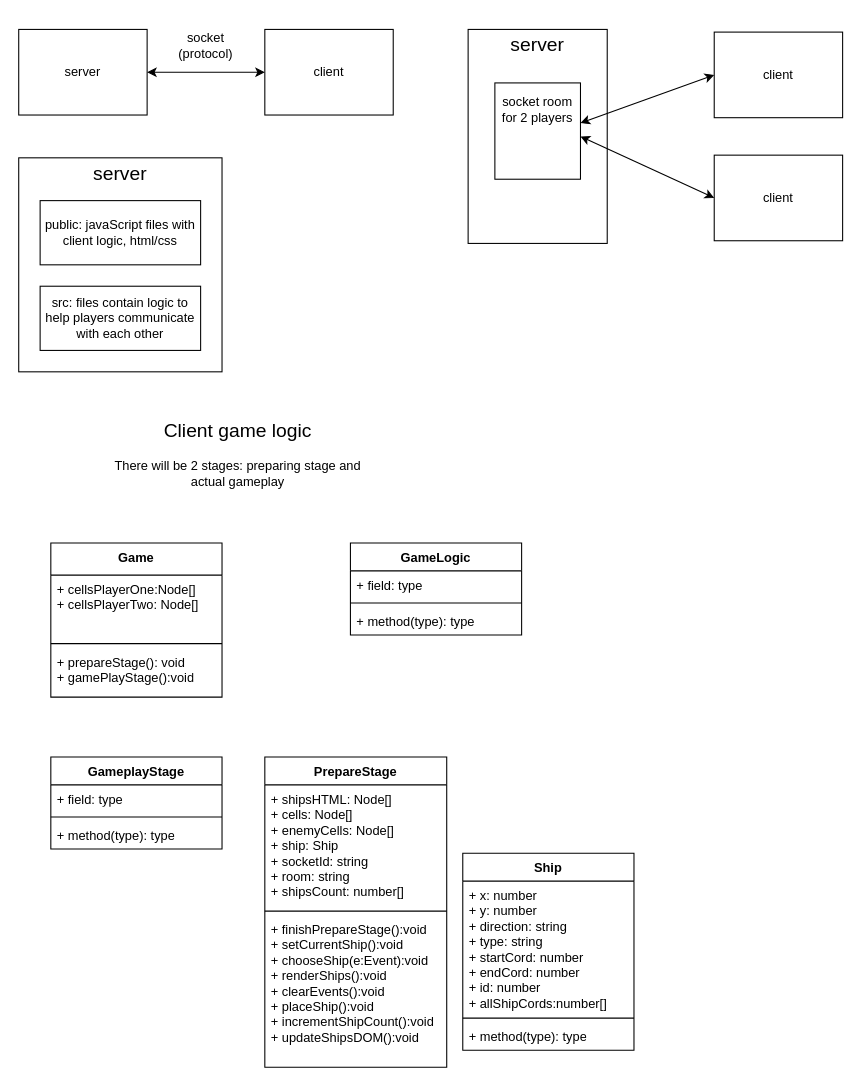
Above: Untitled Diagram.drawio in Alec-litho/Sea-battle-game (draw.io), before the change. Source tidied: cells renumbered, new cells numbered last; positions are measured from the earlier drawing's top-left corner, leaving out a move shared by most shapes. Both pictures are drawn from the tidied source at 107%, with x=0, y=0 at pixel (18, 18).
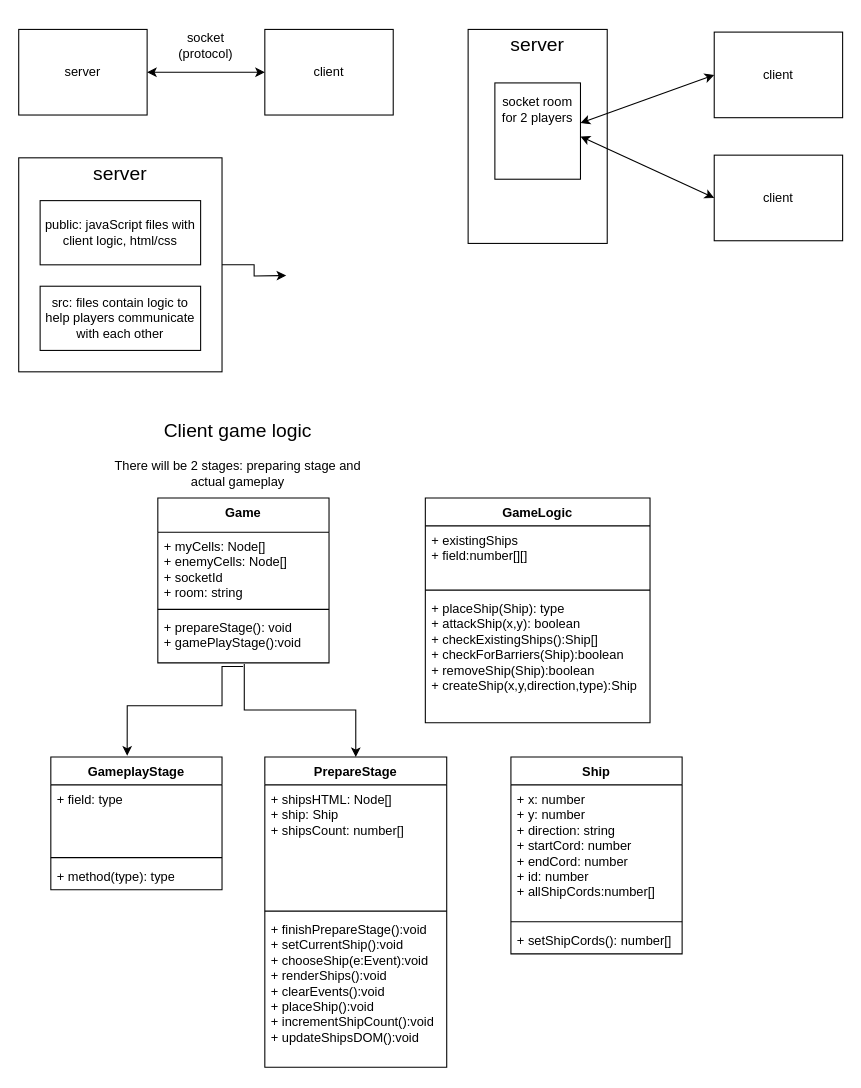
The same diagram, later.

Unchanged cells that the change refers to:
```xml
<mxCell id="6" style="rounded=0;whiteSpace=wrap;html=1;" parent="1" vertex="1">
  <mxGeometry y="130" width="190" height="200" as="geometry" />
</mxCell>
<mxCell id="32" value="PrepareStage" style="swimlane;fontStyle=1;align=center;verticalAlign=top;horizontal=1;startSize=26;whiteSpace=wrap;html=1;" parent="1" vertex="1">
  <mxGeometry x="230" y="690" width="170" height="290" as="geometry" />
</mxCell>
```

The edit, as a diff of the source:
```diff
@@
+    <mxCell id="40" style="edgeStyle=orthogonalEdgeStyle;rounded=0;jettySize=auto;html=1;exitX=1;exitY=0.5;exitDx=0;exitDy=0;" parent="1" edge="1" source="6">
+      <mxGeometry relative="1" as="geometry">
+        <mxPoint x="250" y="240" as="targetPoint" />
+      </mxGeometry>
+    </mxCell>
@@
+    <mxCell id="41" style="edgeStyle=orthogonalEdgeStyle;rounded=0;jettySize=auto;html=1;exitX=0.505;exitY=1.022;exitDx=0;exitDy=0;exitPerimeter=0;" parent="1" edge="1" source="23" target="32">
+      <mxGeometry relative="1" as="geometry" />
+    </mxCell>
-    <mxCell id="20" value="Game" style="swimlane;fontStyle=1;align=center;verticalAlign=top;horizontal=1;startSize=30;whiteSpace=wrap;html=1;" parent="1" vertex="1">
-      <mxGeometry x="30" y="490" width="160" height="144" as="geometry" />
+    <mxCell id="20" value="Game" style="swimlane;fontStyle=1;align=center;verticalAlign=top;horizontal=1;startSize=32;whiteSpace=wrap;html=1;" parent="1" vertex="1">
+      <mxGeometry x="130" y="448" width="160" height="154" as="geometry" />
     </mxCell>
-    <mxCell id="21" value="+ cellsPlayerOne:Node[]&lt;br&gt;+ cellsPlayerTwo: Node[]" style="text;strokeColor=none;fillColor=none;align=left;verticalAlign=top;spacingLeft=4;spacingRight=4;overflow=hidden;whiteSpace=wrap;html=1;" parent="20" vertex="1">
-      <mxGeometry y="30" width="160" height="60" as="geometry" />
+    <mxCell id="21" value="+ myCells: Node[]&lt;br style=&quot;border-color: var(--border-color);&quot;&gt;+ enemyCells: Node[]&lt;br&gt;+&amp;nbsp;socketId&lt;br&gt;+ room: string" style="text;strokeColor=none;fillColor=none;align=left;verticalAlign=top;spacingLeft=4;spacingRight=4;overflow=hidden;whiteSpace=wrap;html=1;" parent="20" vertex="1">
+      <mxGeometry y="32" width="160" height="68" as="geometry" />
     </mxCell>
     <mxCell id="22" style="line;strokeWidth=1;fillColor=none;align=left;verticalAlign=middle;spacingTop=-1;spacingLeft=3;spacingRight=3;labelPosition=right;strokeColor=inherit;" parent="20" vertex="1">
-      <mxGeometry y="90" width="160" height="8" as="geometry" />
+      <mxGeometry y="100" width="160" height="8" as="geometry" />
     </mxCell>
     <mxCell id="23" value="+ prepareStage(): void&lt;br&gt;+ gamePlayStage():void" style="text;strokeColor=none;fillColor=none;align=left;verticalAlign=top;spacingLeft=4;spacingRight=4;overflow=hidden;points=[[0,0.5],[1,0.5]];portConstraint=eastwest;whiteSpace=wrap;html=1;" parent="20" vertex="1">
-      <mxGeometry y="98" width="160" height="46" as="geometry" />
+      <mxGeometry y="108" width="160" height="46" as="geometry" />
     </mxCell>
     <mxCell id="24" value="GameLogic" style="swimlane;fontStyle=1;align=center;verticalAlign=top;horizontal=1;startSize=26;whiteSpace=wrap;html=1;" parent="1" vertex="1">
-      <mxGeometry x="310" y="490" width="160" height="86" as="geometry" />
+      <mxGeometry x="380" y="448" width="210" height="210" as="geometry" />
     </mxCell>
-    <mxCell id="25" value="+ field: type" style="text;strokeColor=none;fillColor=none;align=left;verticalAlign=top;spacingLeft=4;spacingRight=4;overflow=hidden;whiteSpace=wrap;html=1;" parent="24" vertex="1">
-      <mxGeometry y="26" width="160" height="26" as="geometry" />
+    <mxCell id="25" value="+ existingShips&lt;br&gt;+ field:number[][]" style="text;strokeColor=none;fillColor=none;align=left;verticalAlign=top;spacingLeft=4;spacingRight=4;overflow=hidden;whiteSpace=wrap;html=1;" parent="24" vertex="1">
+      <mxGeometry y="26" width="210" height="56" as="geometry" />
     </mxCell>
     <mxCell id="26" style="line;strokeWidth=1;fillColor=none;align=left;verticalAlign=middle;spacingTop=-1;spacingLeft=3;spacingRight=3;labelPosition=right;strokeColor=inherit;" parent="24" vertex="1">
-      <mxGeometry y="52" width="160" height="8" as="geometry" />
+      <mxGeometry y="82" width="210" height="8" as="geometry" />
     </mxCell>
-    <mxCell id="27" value="+ method(type): type" style="text;strokeColor=none;fillColor=none;align=left;verticalAlign=top;spacingLeft=4;spacingRight=4;overflow=hidden;whiteSpace=wrap;html=1;" parent="24" vertex="1">
-      <mxGeometry y="60" width="160" height="26" as="geometry" />
+    <mxCell id="27" value="+ placeShip(Ship): type&lt;br&gt;+ attackShip(x,y): boolean&lt;br&gt;+ checkExistingShips():Ship[]&lt;br&gt;+&amp;nbsp;checkForBarriers(Ship):boolean&lt;br&gt;+&amp;nbsp;removeShip(Ship):boolean&lt;br&gt;+ createShip(x,y,direction,type):Ship" style="text;strokeColor=none;fillColor=none;align=left;verticalAlign=top;spacingLeft=4;spacingRight=4;overflow=hidden;whiteSpace=wrap;html=1;" parent="24" vertex="1">
+      <mxGeometry y="90" width="210" height="120" as="geometry" />
     </mxCell>
     <mxCell id="28" value="Ship" style="swimlane;fontStyle=1;align=center;verticalAlign=top;horizontal=1;startSize=26;whiteSpace=wrap;html=1;" parent="1" vertex="1">
-      <mxGeometry x="415" y="780" width="160" height="184" as="geometry" />
+      <mxGeometry x="460" y="690" width="160" height="184" as="geometry" />
     </mxCell>
-    <mxCell id="29" value="+ x: number&lt;br&gt;+ y: number&lt;br&gt;+ direction: string&lt;br&gt;+ type: string&lt;br&gt;+ startCord: number&lt;br&gt;+ endCord: number&lt;br&gt;+ id: number&lt;br&gt;+ allShipCords:number[]" style="text;strokeColor=none;fillColor=none;align=left;verticalAlign=top;spacingLeft=4;spacingRight=4;overflow=hidden;whiteSpace=wrap;html=1;" parent="28" vertex="1">
+    <mxCell id="29" value="+ x: number&lt;br&gt;+ y: number&lt;br&gt;+ direction: string&lt;br&gt;+ startCord: number&lt;br&gt;+ endCord: number&lt;br&gt;+ id: number&lt;br&gt;+ allShipCords:number[]" style="text;strokeColor=none;fillColor=none;align=left;verticalAlign=top;spacingLeft=4;spacingRight=4;overflow=hidden;whiteSpace=wrap;html=1;" parent="28" vertex="1">
       <mxGeometry y="26" width="160" height="124" as="geometry" />
     </mxCell>
@@
-    <mxCell id="31" value="+ method(type): type" style="text;strokeColor=none;fillColor=none;align=left;verticalAlign=top;spacingLeft=4;spacingRight=4;overflow=hidden;whiteSpace=wrap;html=1;" parent="28" vertex="1">
+    <mxCell id="31" value="+&amp;nbsp;setShipCords&lt;span style=&quot;background-color: initial;&quot;&gt;(): number[]&lt;/span&gt;" style="text;strokeColor=none;fillColor=none;align=left;verticalAlign=top;spacingLeft=4;spacingRight=4;overflow=hidden;whiteSpace=wrap;html=1;" parent="28" vertex="1">
       <mxGeometry y="158" width="160" height="26" as="geometry" />
     </mxCell>
@@
-    <mxCell id="33" value="+ shipsHTML: Node[]&lt;br&gt;+ cells: Node[]&lt;br&gt;+ enemyCells: Node[]&lt;br&gt;+ ship: Ship&lt;br&gt;+ socketId: string&lt;br&gt;+ room: string&lt;br&gt;+ shipsCount: number[]" style="text;strokeColor=none;fillColor=none;align=left;verticalAlign=top;spacingLeft=4;spacingRight=4;overflow=hidden;whiteSpace=wrap;html=1;" parent="32" vertex="1">
+    <mxCell id="33" value="+ shipsHTML: Node[]&lt;br&gt;+ ship: Ship&lt;br&gt;+ shipsCount: number[]" style="text;strokeColor=none;fillColor=none;align=left;verticalAlign=top;spacingLeft=4;spacingRight=4;overflow=hidden;whiteSpace=wrap;html=1;" parent="32" vertex="1">
       <mxGeometry y="26" width="170" height="114" as="geometry" />
     </mxCell>
@@
     <mxCell id="36" value="GameplayStage" style="swimlane;fontStyle=1;align=center;verticalAlign=top;horizontal=1;startSize=26;whiteSpace=wrap;html=1;" parent="1" vertex="1">
-      <mxGeometry x="30" y="690" width="160" height="86" as="geometry" />
+      <mxGeometry x="30" y="690" width="160" height="124" as="geometry" />
     </mxCell>
     <mxCell id="37" value="+ field: type" style="text;strokeColor=none;fillColor=none;align=left;verticalAlign=top;spacingLeft=4;spacingRight=4;overflow=hidden;whiteSpace=wrap;html=1;" parent="36" vertex="1">
-      <mxGeometry y="26" width="160" height="26" as="geometry" />
+      <mxGeometry y="26" width="160" height="64" as="geometry" />
     </mxCell>
     <mxCell id="38" style="line;strokeWidth=1;fillColor=none;align=left;verticalAlign=middle;spacingTop=-1;spacingLeft=3;spacingRight=3;labelPosition=right;strokeColor=inherit;" parent="36" vertex="1">
-      <mxGeometry y="52" width="160" height="8" as="geometry" />
+      <mxGeometry y="90" width="160" height="8" as="geometry" />
     </mxCell>
     <mxCell id="39" value="+ method(type): type" style="text;strokeColor=none;fillColor=none;align=left;verticalAlign=top;spacingLeft=4;spacingRight=4;overflow=hidden;whiteSpace=wrap;html=1;" parent="36" vertex="1">
-      <mxGeometry y="60" width="160" height="26" as="geometry" />
+      <mxGeometry y="98" width="160" height="26" as="geometry" />
     </mxCell>
+    <mxCell id="42" style="edgeStyle=orthogonalEdgeStyle;rounded=0;jettySize=auto;html=1;exitX=0.498;exitY=1.073;exitDx=0;exitDy=0;exitPerimeter=0;entryX=0.446;entryY=-0.01;entryDx=0;entryDy=0;entryPerimeter=0;" parent="1" edge="1" source="23" target="36">
+      <mxGeometry relative="1" as="geometry">
+        <Array as="points">
+          <mxPoint x="190" y="605" />
+          <mxPoint x="190" y="642" />
+          <mxPoint x="101" y="642" />
+        </Array>
+      </mxGeometry>
+    </mxCell>
```
